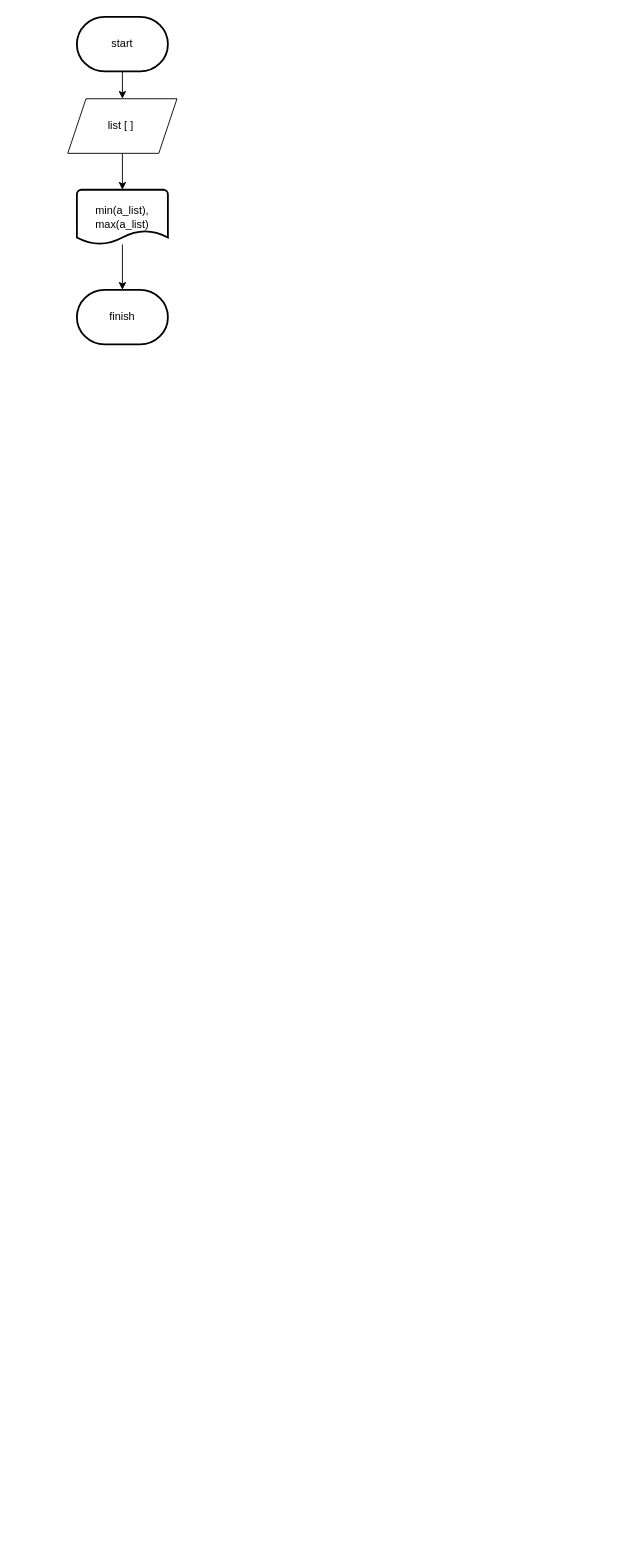
Gyeongrok-Oh/boj keeps this draw.io diagram as stage/04_1D-list/10818.drawio. Above is the earlier version. Source tidied: cells renumbered, new cells numbered last; positions are measured from the earlier drawing's top-left corner, leaving out a move shared by most shapes. Both pictures are drawn from the tidied source at 91%, with x=0, y=0 at pixel (67, 16).
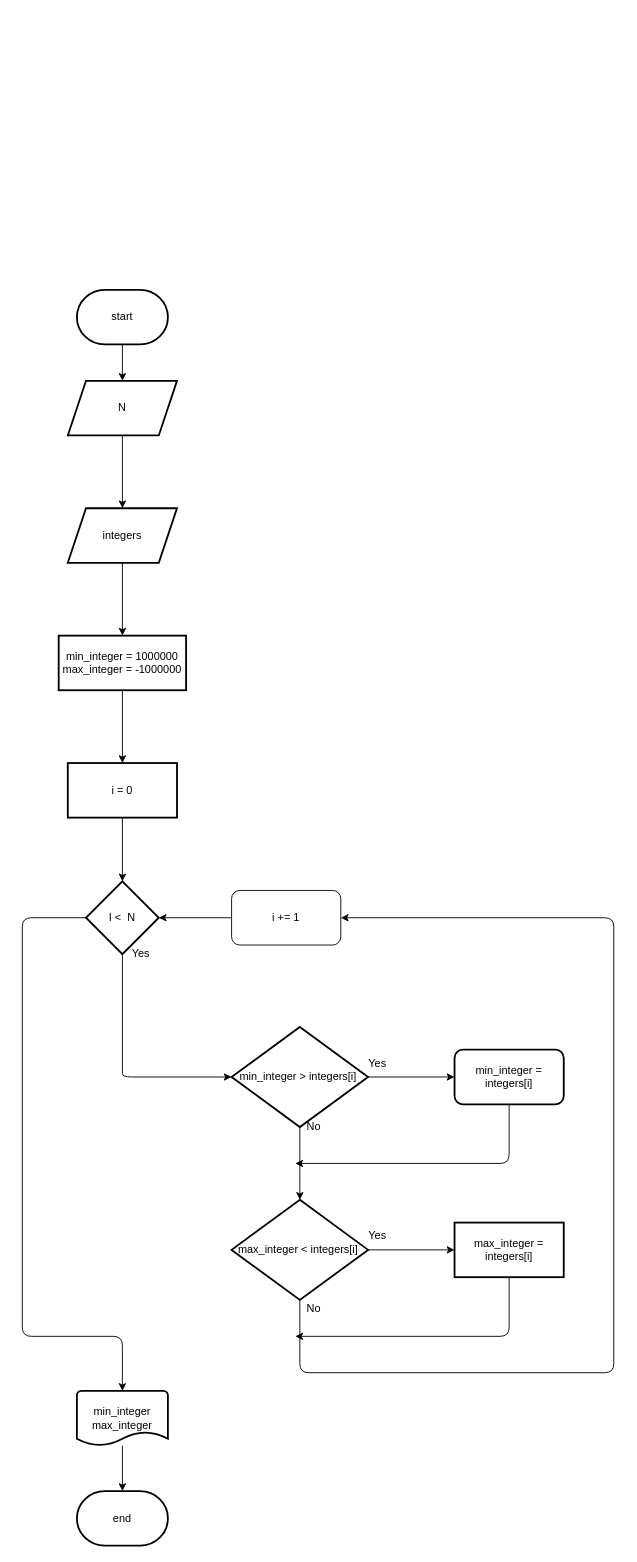
After the change.

What changed in the source:
```diff
@@
-    <mxCell id="2" style="edgeStyle=none;html=1;" parent="1" edge="1" source="3">
-      <mxGeometry relative="1" as="geometry">
-        <mxPoint x="60" y="90" as="targetPoint" />
-      </mxGeometry>
-    </mxCell>
-    <mxCell id="3" value="start" style="strokeWidth=2;html=1;shape=mxgraph.flowchart.terminator;whiteSpace=wrap;" parent="1" vertex="1">
-      <mxGeometry x="10" width="100" height="60" as="geometry" />
-    </mxCell>
-    <mxCell id="4" style="edgeStyle=none;html=1;" parent="1" edge="1" source="5">
-      <mxGeometry relative="1" as="geometry">
-        <mxPoint x="60" y="190" as="targetPoint" />
-      </mxGeometry>
-    </mxCell>
-    <mxCell id="5" value="list [ ]&amp;nbsp;" style="shape=parallelogram;perimeter=parallelogramPerimeter;whiteSpace=wrap;html=1;fixedSize=1;" parent="1" vertex="1">
-      <mxGeometry y="90" width="120" height="60" as="geometry" />
-    </mxCell>
-    <mxCell id="6" style="edgeStyle=none;html=1;" parent="1" edge="1" source="7">
-      <mxGeometry relative="1" as="geometry">
-        <mxPoint x="60" y="300" as="targetPoint" />
-      </mxGeometry>
-    </mxCell>
-    <mxCell id="7" value="min(a_list), max(a_list)" style="strokeWidth=2;html=1;shape=mxgraph.flowchart.document2;whiteSpace=wrap;size=0.25;" parent="1" vertex="1">
-      <mxGeometry x="10" y="190" width="100" height="60" as="geometry" />
-    </mxCell>
+    <mxCell id="9" style="edgeStyle=none;html=1;" parent="1" edge="1" source="8" target="11">
+      <mxGeometry relative="1" as="geometry" />
+    </mxCell>
-    <mxCell id="8" value="finish" style="strokeWidth=2;html=1;shape=mxgraph.flowchart.terminator;whiteSpace=wrap;" parent="1" vertex="1">
+    <mxCell id="8" value="start" style="strokeWidth=2;html=1;shape=mxgraph.flowchart.terminator;whiteSpace=wrap;" parent="1" vertex="1">
       <mxGeometry x="10" y="300" width="100" height="60" as="geometry" />
     </mxCell>
+    <mxCell id="10" style="edgeStyle=none;html=1;" parent="1" edge="1" source="11" target="13">
+      <mxGeometry relative="1" as="geometry" />
+    </mxCell>
+    <mxCell id="11" value="N" style="shape=parallelogram;perimeter=parallelogramPerimeter;whiteSpace=wrap;html=1;fixedSize=1;strokeWidth=2;" parent="1" vertex="1">
+      <mxGeometry y="400" width="120" height="60" as="geometry" />
+    </mxCell>
+    <mxCell id="12" style="edgeStyle=none;html=1;" parent="1" edge="1" source="13" target="15">
+      <mxGeometry relative="1" as="geometry" />
+    </mxCell>
+    <mxCell id="13" value="integers" style="shape=parallelogram;perimeter=parallelogramPerimeter;whiteSpace=wrap;html=1;fixedSize=1;strokeWidth=2;" parent="1" vertex="1">
+      <mxGeometry y="540" width="120" height="60" as="geometry" />
+    </mxCell>
+    <mxCell id="14" style="edgeStyle=none;html=1;" parent="1" edge="1" source="15" target="17">
+      <mxGeometry relative="1" as="geometry" />
+    </mxCell>
+    <mxCell id="15" value="min_integer = 1000000&lt;br&gt;max_integer = -1000000" style="whiteSpace=wrap;html=1;strokeWidth=2;" parent="1" vertex="1">
+      <mxGeometry x="-10" y="680" width="140" height="60" as="geometry" />
+    </mxCell>
+    <mxCell id="16" style="edgeStyle=none;html=1;" parent="1" edge="1" source="17" target="20">
+      <mxGeometry relative="1" as="geometry" />
+    </mxCell>
+    <mxCell id="17" value="i = 0" style="whiteSpace=wrap;html=1;strokeWidth=2;" parent="1" vertex="1">
+      <mxGeometry y="820" width="120" height="60" as="geometry" />
+    </mxCell>
+    <mxCell id="18" style="edgeStyle=none;html=1;" parent="1" edge="1" source="20" target="25">
+      <mxGeometry relative="1" as="geometry">
+        <Array as="points">
+          <mxPoint x="60" y="1150" />
+          <mxPoint x="60" y="1165" />
+        </Array>
+      </mxGeometry>
+    </mxCell>
+    <mxCell id="19" style="edgeStyle=none;html=1;" parent="1" edge="1" source="20">
+      <mxGeometry relative="1" as="geometry">
+        <mxPoint x="60" y="1510" as="targetPoint" />
+        <Array as="points">
+          <mxPoint x="-50" y="990" />
+          <mxPoint x="-50" y="1450" />
+          <mxPoint x="60" y="1450" />
+        </Array>
+      </mxGeometry>
+    </mxCell>
+    <mxCell id="20" value="I &amp;lt;&amp;nbsp; N" style="rhombus;whiteSpace=wrap;html=1;strokeWidth=2;" parent="1" vertex="1">
+      <mxGeometry x="20" y="950" width="80" height="80" as="geometry" />
+    </mxCell>
+    <mxCell id="21" style="edgeStyle=none;html=1;entryX=1;entryY=0.5;entryDx=0;entryDy=0;" parent="1" edge="1" source="22" target="20">
+      <mxGeometry relative="1" as="geometry" />
+    </mxCell>
+    <mxCell id="22" value="i += 1" style="rounded=1;whiteSpace=wrap;html=1;" parent="1" vertex="1">
+      <mxGeometry x="180" y="960" width="120" height="60" as="geometry" />
+    </mxCell>
+    <mxCell id="23" style="edgeStyle=none;html=1;" parent="1" edge="1" source="25" target="27">
+      <mxGeometry relative="1" as="geometry" />
+    </mxCell>
+    <mxCell id="24" style="edgeStyle=none;html=1;" parent="1" edge="1" source="25" target="31">
+      <mxGeometry relative="1" as="geometry">
+        <Array as="points">
+          <mxPoint x="255" y="1260" />
+        </Array>
+      </mxGeometry>
+    </mxCell>
+    <mxCell id="25" value="min_integer &amp;gt; integers[i]&amp;nbsp;" style="rhombus;whiteSpace=wrap;html=1;strokeWidth=2;" parent="1" vertex="1">
+      <mxGeometry x="180" y="1110" width="150" height="110" as="geometry" />
+    </mxCell>
+    <mxCell id="26" style="edgeStyle=none;html=1;" parent="1" edge="1" source="27">
+      <mxGeometry relative="1" as="geometry">
+        <mxPoint x="250" y="1260" as="targetPoint" />
+        <Array as="points">
+          <mxPoint x="485" y="1260" />
+        </Array>
+      </mxGeometry>
+    </mxCell>
+    <mxCell id="27" value="min_integer = integers[i]" style="rounded=1;whiteSpace=wrap;html=1;strokeWidth=2;" parent="1" vertex="1">
+      <mxGeometry x="425" y="1135" width="120" height="60" as="geometry" />
+    </mxCell>
+    <mxCell id="28" value="Yes" style="text;html=1;align=center;verticalAlign=middle;strokeColor=none;fillColor=none;" parent="1" vertex="1">
+      <mxGeometry x="325" y="1140" width="30" height="20" as="geometry" />
+    </mxCell>
+    <mxCell id="29" style="edgeStyle=none;html=1;" parent="1" edge="1" source="31" target="33">
+      <mxGeometry relative="1" as="geometry" />
+    </mxCell>
+    <mxCell id="30" style="edgeStyle=none;html=1;entryX=1;entryY=0.5;entryDx=0;entryDy=0;" parent="1" edge="1" source="31" target="22">
+      <mxGeometry relative="1" as="geometry">
+        <Array as="points">
+          <mxPoint x="255" y="1490" />
+          <mxPoint x="600" y="1490" />
+          <mxPoint x="600" y="990" />
+        </Array>
+      </mxGeometry>
+    </mxCell>
+    <mxCell id="31" value="max_integer &amp;lt; integers[i]&amp;nbsp;" style="rhombus;whiteSpace=wrap;html=1;strokeWidth=2;" parent="1" vertex="1">
+      <mxGeometry x="180" y="1300" width="150" height="110" as="geometry" />
+    </mxCell>
+    <mxCell id="32" style="edgeStyle=none;html=1;" parent="1" edge="1" source="33">
+      <mxGeometry relative="1" as="geometry">
+        <mxPoint x="250" y="1450" as="targetPoint" />
+        <Array as="points">
+          <mxPoint x="485" y="1450" />
+        </Array>
+      </mxGeometry>
+    </mxCell>
+    <mxCell id="33" value="max_integer = integers[i]" style="whiteSpace=wrap;html=1;strokeWidth=2;" parent="1" vertex="1">
+      <mxGeometry x="425" y="1325" width="120" height="60" as="geometry" />
+    </mxCell>
+    <mxCell id="34" value="No" style="text;html=1;align=center;verticalAlign=middle;strokeColor=none;fillColor=none;" parent="1" vertex="1">
+      <mxGeometry x="255" y="1210" width="30" height="20" as="geometry" />
+    </mxCell>
+    <mxCell id="35" value="Yes" style="text;html=1;align=center;verticalAlign=middle;strokeColor=none;fillColor=none;" parent="1" vertex="1">
+      <mxGeometry x="325" y="1330" width="30" height="20" as="geometry" />
+    </mxCell>
+    <mxCell id="36" value="No" style="text;html=1;align=center;verticalAlign=middle;strokeColor=none;fillColor=none;" parent="1" vertex="1">
+      <mxGeometry x="255" y="1410" width="30" height="20" as="geometry" />
+    </mxCell>
+    <mxCell id="37" value="Yes" style="text;html=1;align=center;verticalAlign=middle;strokeColor=none;fillColor=none;" parent="1" vertex="1">
+      <mxGeometry x="65" y="1020" width="30" height="20" as="geometry" />
+    </mxCell>
+    <mxCell id="38" style="edgeStyle=none;html=1;" parent="1" edge="1" source="39">
+      <mxGeometry relative="1" as="geometry">
+        <mxPoint x="60" y="1620" as="targetPoint" />
+      </mxGeometry>
+    </mxCell>
+    <mxCell id="39" value="min_integer&lt;br&gt;max_integer" style="strokeWidth=2;html=1;shape=mxgraph.flowchart.document2;whiteSpace=wrap;size=0.25;" parent="1" vertex="1">
+      <mxGeometry x="10" y="1510" width="100" height="60" as="geometry" />
+    </mxCell>
+    <mxCell id="40" value="end" style="strokeWidth=2;html=1;shape=mxgraph.flowchart.terminator;whiteSpace=wrap;" parent="1" vertex="1">
+      <mxGeometry x="10" y="1620" width="100" height="60" as="geometry" />
+    </mxCell>
```
